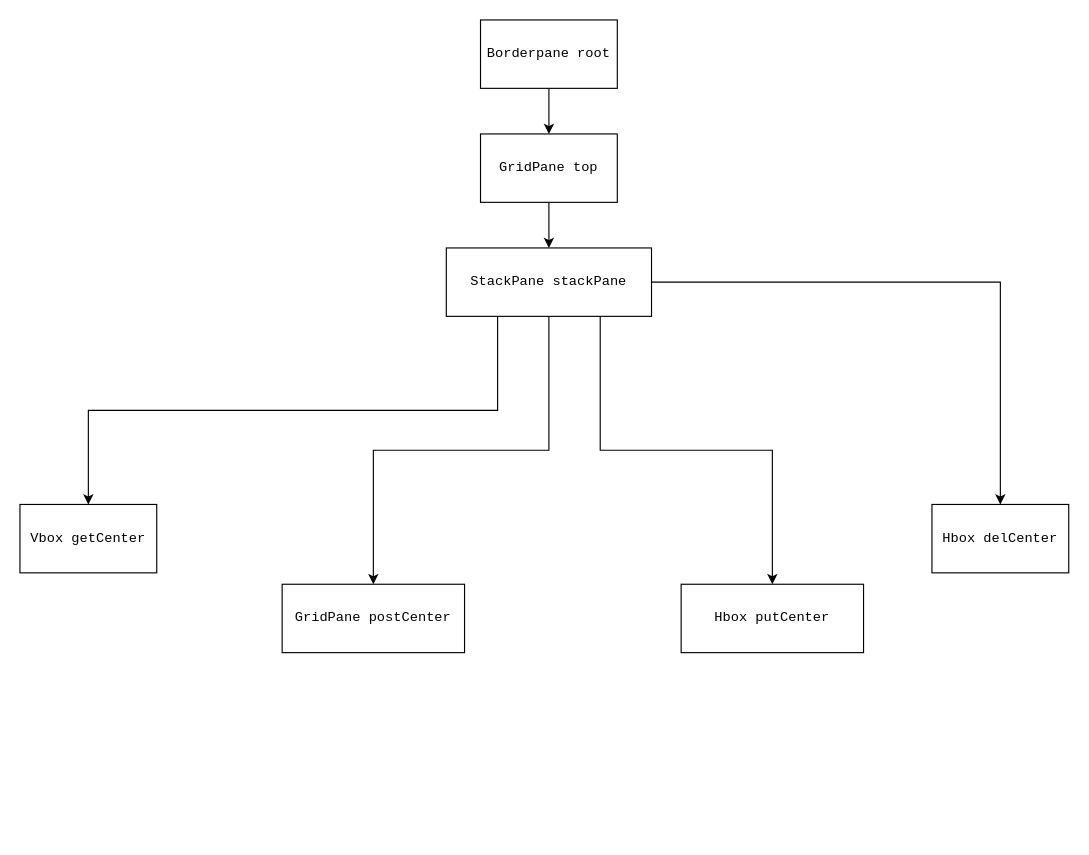
This is client_gui_hierarchie.drawio from kelvin-homann/rest-client, a draw.io file, before an edit. Source tidied: cells renumbered, new cells numbered last; positions are measured from the earlier drawing's top-left corner, leaving out a move shared by most shapes. Both pictures are drawn from the tidied source at 114%, with x=0, y=0 at pixel (19, 19).
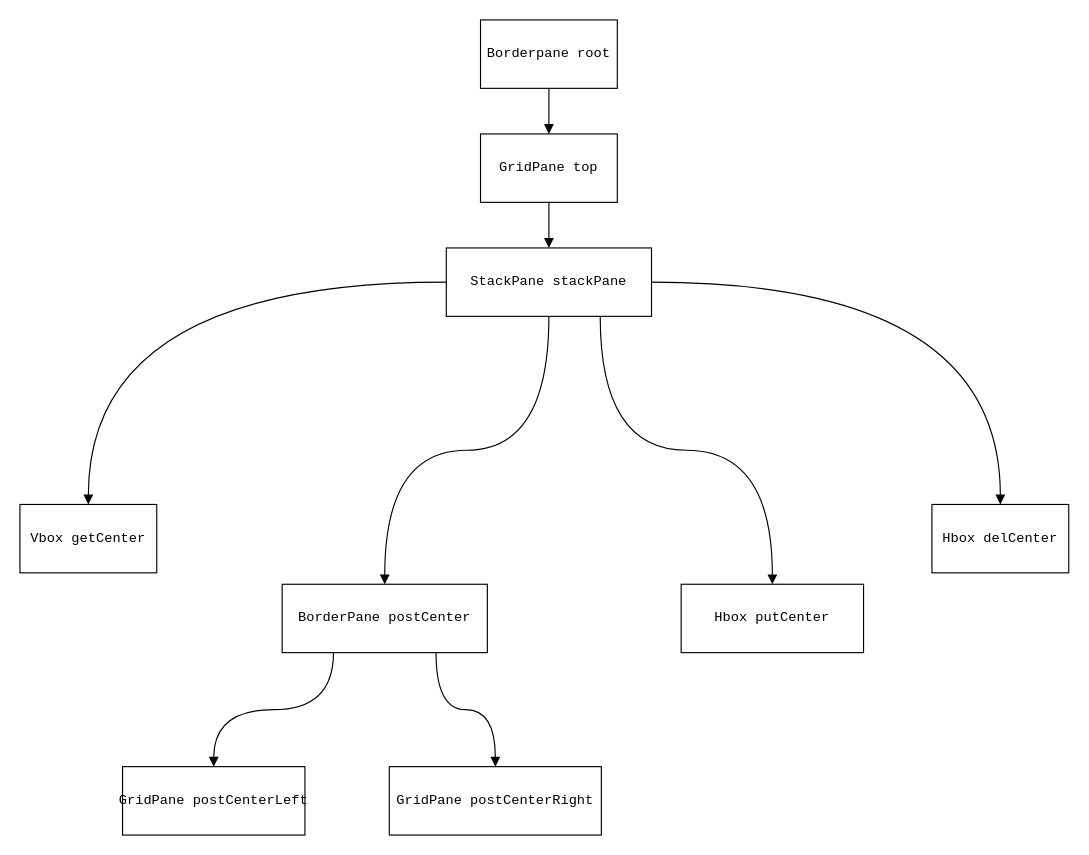
Above is the later version.

Change to the diagram source:
```diff
@@
 <mxGraphModel>
   <root>
     <mxCell id="0" />
     <mxCell id="1" parent="0" />
-    <mxCell id="2" style="edgeStyle=orthogonalEdgeStyle;rounded=0;jettySize=auto;html=1;entryX=0.5;entryY=0;entryDx=0;entryDy=0;" parent="1" edge="1" source="3" target="5">
+    <mxCell id="2" style="rounded=0;jettySize=auto;html=1;entryX=0.5;entryY=0;entryDx=0;entryDy=0;endArrow=block;endFill=1;edgeStyle=orthogonalEdgeStyle;curved=1;" parent="1" edge="1" source="3" target="5">
       <mxGeometry relative="1" as="geometry" />
     </mxCell>
     <mxCell id="3" value="&lt;pre&gt;Borderpane root&lt;/pre&gt;" style="rounded=0;whiteSpace=wrap;html=1;" parent="1" vertex="1">
       <mxGeometry x="404" width="120" height="60" as="geometry" />
     </mxCell>
-    <mxCell id="4" style="edgeStyle=orthogonalEdgeStyle;rounded=0;jettySize=auto;html=1;entryX=0.5;entryY=0;entryDx=0;entryDy=0;" parent="1" edge="1" source="5" target="12">
+    <mxCell id="4" style="rounded=0;jettySize=auto;html=1;entryX=0.5;entryY=0;entryDx=0;entryDy=0;endArrow=block;endFill=1;edgeStyle=orthogonalEdgeStyle;curved=1;" parent="1" edge="1" source="5" target="12">
       <mxGeometry relative="1" as="geometry" />
     </mxCell>
     <mxCell id="5" value="&lt;pre&gt;GridPane top&lt;/pre&gt;" style="rounded=0;whiteSpace=wrap;html=1;" parent="1" vertex="1">
       <mxGeometry x="404" y="100" width="120" height="60" as="geometry" />
     </mxCell>
     <mxCell id="6" value="&lt;pre&gt;Vbox getCenter&lt;/pre&gt;" style="rounded=0;whiteSpace=wrap;html=1;" parent="1" vertex="1">
       <mxGeometry y="425" width="120" height="60" as="geometry" />
     </mxCell>
-    <mxCell id="7" value="&lt;pre&gt;GridPane postCenter&lt;/pre&gt;" style="rounded=0;whiteSpace=wrap;html=1;" parent="1" vertex="1">
-      <mxGeometry x="230" y="495" width="160" height="60" as="geometry" />
+    <mxCell id="7" value="&lt;pre&gt;GridPane postCenterRight&lt;br&gt;&lt;/pre&gt;" style="rounded=0;whiteSpace=wrap;html=1;" parent="1" vertex="1">
+      <mxGeometry x="324" y="655" width="186" height="60" as="geometry" />
     </mxCell>
-    <mxCell id="8" style="edgeStyle=orthogonalEdgeStyle;rounded=0;jettySize=auto;html=1;entryX=0.5;entryY=0;entryDx=0;entryDy=0;" parent="1" edge="1" source="12" target="7">
-      <mxGeometry relative="1" as="geometry" />
-    </mxCell>
-    <mxCell id="9" style="edgeStyle=orthogonalEdgeStyle;rounded=0;jettySize=auto;html=1;exitX=0.25;exitY=1;exitDx=0;exitDy=0;entryX=0.5;entryY=0;entryDx=0;entryDy=0;" parent="1" edge="1" source="12" target="6">
-      <mxGeometry relative="1" as="geometry" />
-    </mxCell>
-    <mxCell id="10" style="edgeStyle=orthogonalEdgeStyle;rounded=0;jettySize=auto;html=1;exitX=0.75;exitY=1;exitDx=0;exitDy=0;" parent="1" edge="1" source="12" target="14">
+    <mxCell id="10" style="rounded=0;jettySize=auto;html=1;exitX=0.75;exitY=1;exitDx=0;exitDy=0;endArrow=block;endFill=1;edgeStyle=orthogonalEdgeStyle;curved=1;" parent="1" edge="1" source="12" target="14">
       <mxGeometry relative="1" as="geometry" />
     </mxCell>
-    <mxCell id="11" style="edgeStyle=orthogonalEdgeStyle;rounded=0;jettySize=auto;html=1;entryX=0.5;entryY=0;entryDx=0;entryDy=0;" parent="1" edge="1" source="12" target="13">
+    <mxCell id="11" style="rounded=0;jettySize=auto;html=1;entryX=0.5;entryY=0;entryDx=0;entryDy=0;endArrow=block;endFill=1;edgeStyle=orthogonalEdgeStyle;curved=1;" parent="1" edge="1" source="12" target="13">
       <mxGeometry relative="1" as="geometry" />
     </mxCell>
+    <mxCell id="15" style="rounded=0;jettySize=auto;html=1;endArrow=block;endFill=1;edgeStyle=orthogonalEdgeStyle;curved=1;" parent="1" edge="1" source="12" target="18">
+      <mxGeometry relative="1" as="geometry" />
+    </mxCell>
+    <mxCell id="9" style="edgeStyle=orthogonalEdgeStyle;curved=1;rounded=0;jettySize=auto;html=1;exitX=0;exitY=0.5;exitDx=0;exitDy=0;entryX=0.5;entryY=0;entryDx=0;entryDy=0;endArrow=block;endFill=1;" parent="1" edge="1" source="12" target="6">
+      <mxGeometry relative="1" as="geometry" />
+    </mxCell>
     <mxCell id="12" value="&lt;pre&gt;StackPane stackPane&lt;/pre&gt;" style="rounded=0;whiteSpace=wrap;html=1;" parent="1" vertex="1">
       <mxGeometry x="374" y="200" width="180" height="60" as="geometry" />
     </mxCell>
     <mxCell id="13" value="&lt;pre&gt;Hbox delCenter&lt;/pre&gt;" style="rounded=0;whiteSpace=wrap;html=1;" parent="1" vertex="1">
       <mxGeometry x="800" y="425" width="120" height="60" as="geometry" />
     </mxCell>
     <mxCell id="14" value="&lt;pre&gt;Hbox putCenter&lt;/pre&gt;" style="rounded=0;whiteSpace=wrap;html=1;" parent="1" vertex="1">
       <mxGeometry x="580" y="495" width="160" height="60" as="geometry" />
     </mxCell>
+    <mxCell id="16" style="rounded=0;jettySize=auto;html=1;exitX=0.75;exitY=1;exitDx=0;exitDy=0;entryX=0.5;entryY=0;entryDx=0;entryDy=0;endArrow=block;endFill=1;edgeStyle=orthogonalEdgeStyle;curved=1;" parent="1" edge="1" source="18" target="7">
+      <mxGeometry relative="1" as="geometry" />
+    </mxCell>
+    <mxCell id="17" style="edgeStyle=orthogonalEdgeStyle;curved=1;rounded=0;jettySize=auto;html=1;exitX=0.25;exitY=1;exitDx=0;exitDy=0;entryX=0.5;entryY=0;entryDx=0;entryDy=0;endArrow=block;endFill=1;" parent="1" edge="1" source="18" target="19">
+      <mxGeometry relative="1" as="geometry" />
+    </mxCell>
+    <mxCell id="18" value="&lt;pre&gt;BorderPane postCenter&lt;/pre&gt;" style="rounded=0;whiteSpace=wrap;html=1;" parent="1" vertex="1">
+      <mxGeometry x="230" y="495" width="180" height="60" as="geometry" />
+    </mxCell>
+    <mxCell id="19" value="&lt;pre&gt;GridPane postCenterLeft&lt;/pre&gt;" style="rounded=0;whiteSpace=wrap;html=1;" parent="1" vertex="1">
+      <mxGeometry x="90" y="655" width="160" height="60" as="geometry" />
+    </mxCell>
   </root>
 </mxGraphModel>
```
